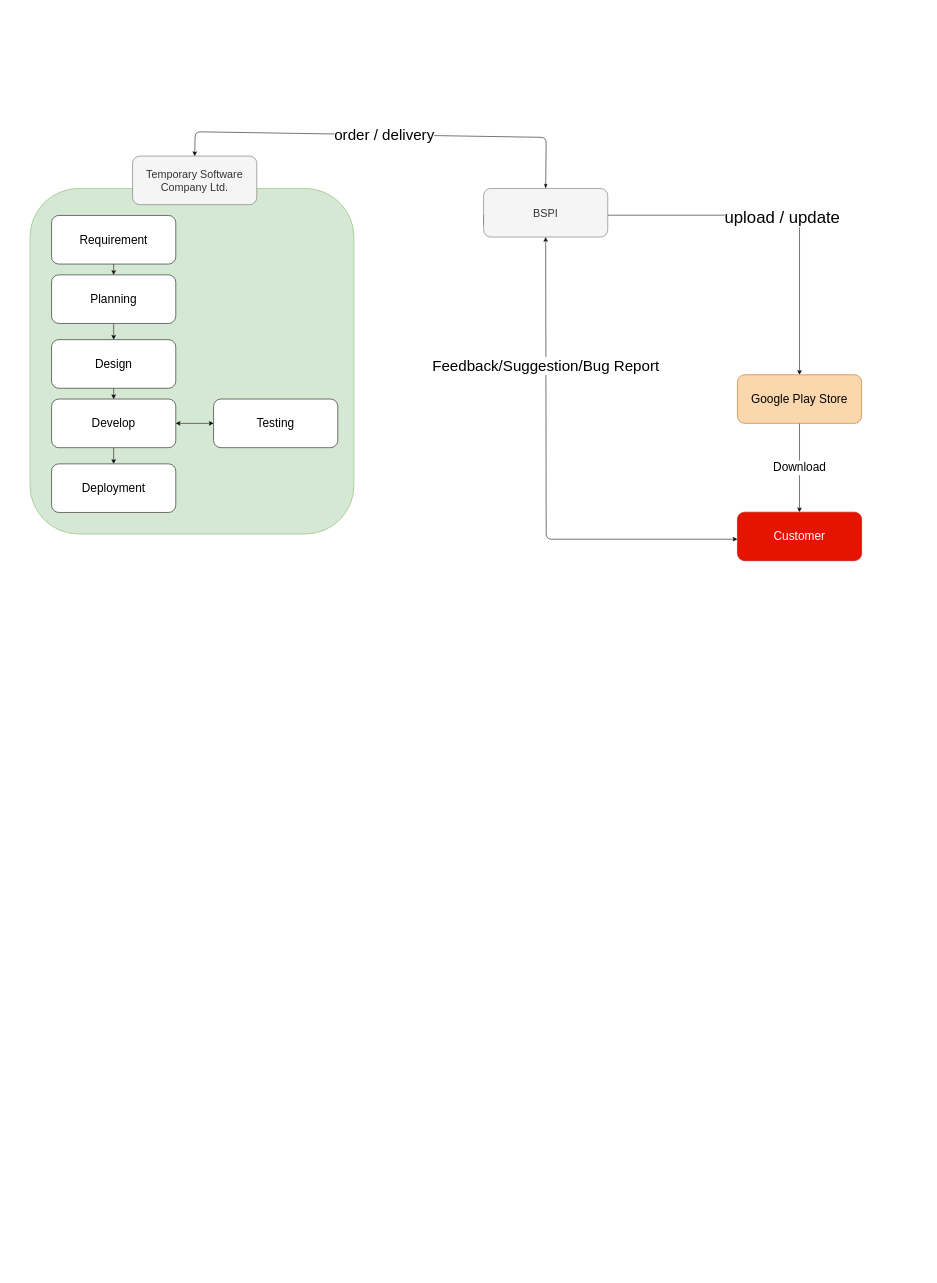
This is BSPI.drawio from jamilxt/android_workshop_bspi, a draw.io file, before an edit. Source tidied: cells renumbered, new cells numbered last; positions are measured from the earlier drawing's top-left corner, leaving out a move shared by most shapes. Both pictures are drawn from the tidied source at 54%, with x=0, y=0 at pixel (30, 132).
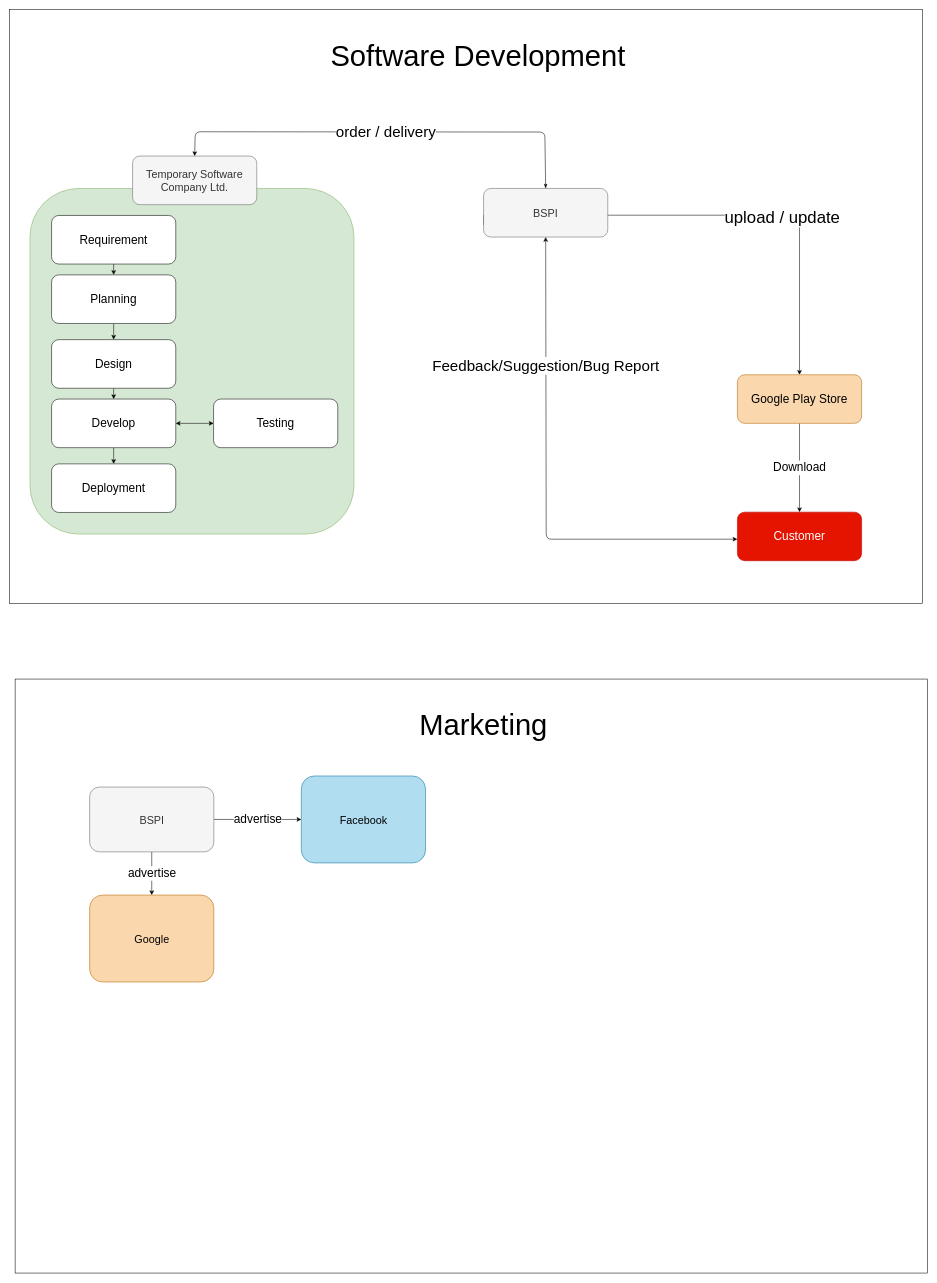
After the change.

Unchanged cells that the change refers to:
```xml
<mxCell id="4" value="Temporary Software Company Ltd." style="rounded=1;whiteSpace=wrap;html=1;fontSize=20;fillColor=#f5f5f5;strokeColor=#666666;fontColor=#333333;" parent="1" vertex="1">
  <mxGeometry x="190" y="44.5" width="230" height="90" as="geometry" />
</mxCell>
<mxCell id="21" value="BSPI" style="rounded=1;whiteSpace=wrap;html=1;fontSize=20;fillColor=#f5f5f5;strokeColor=#666666;fontColor=#333333;" parent="1" vertex="1">
  <mxGeometry x="840" y="104.5" width="230" height="90" as="geometry" />
</mxCell>
```

What changed in the source:
```diff
@@
+    <mxCell id="22" style="rounded=0;whiteSpace=wrap;html=1;fontSize=54;" parent="1" vertex="1">
+      <mxGeometry x="-37.5" y="-227" width="1690" height="1100" as="geometry" />
+    </mxCell>
@@
     <mxCell id="18" value="order / delivery" style="endArrow=classic;html=1;exitX=0.5;exitY=0;exitDx=0;exitDy=0;entryX=0.5;entryY=0;entryDx=0;entryDy=0;fontSize=28;startArrow=classicThin;startFill=1;" parent="1" edge="1" source="21" target="4">
       <mxGeometry relative="1" as="geometry">
         <Array as="points">
-          <mxPoint x="956" y="10" />
-          <mxPoint x="930" y="9.5" />
+          <mxPoint x="953.5" />
           <mxPoint x="306" y="-0.5" />
         </Array>
       </mxGeometry>
     </mxCell>
@@
+    <mxCell id="23" value="Software Development" style="text;html=1;strokeColor=none;fillColor=none;align=center;verticalAlign=middle;whiteSpace=wrap;rounded=0;fontSize=54;fontStyle=0;" parent="1" vertex="1">
+      <mxGeometry x="420" y="-216" width="820" height="150" as="geometry" />
+    </mxCell>
+    <mxCell id="24" style="rounded=0;whiteSpace=wrap;html=1;fontSize=54;" parent="1" vertex="1">
+      <mxGeometry x="-27.5" y="1013" width="1690" height="1100" as="geometry" />
+    </mxCell>
+    <mxCell id="25" value="Marketing" style="text;html=1;strokeColor=none;fillColor=none;align=center;verticalAlign=middle;whiteSpace=wrap;rounded=0;fontSize=54;fontStyle=0;" parent="1" vertex="1">
+      <mxGeometry x="430" y="1024" width="820" height="150" as="geometry" />
+    </mxCell>
+    <mxCell id="26" value="advertise" style="edgeStyle=orthogonalEdgeStyle;rounded=0;jettySize=auto;html=1;startArrow=none;startFill=0;fontSize=22;" parent="1" edge="1" source="28" target="30">
+      <mxGeometry relative="1" as="geometry" />
+    </mxCell>
+    <mxCell id="27" value="advertise" style="edgeStyle=orthogonalEdgeStyle;rounded=0;jettySize=auto;html=1;startArrow=none;startFill=0;fontSize=22;" parent="1" edge="1" source="28" target="29">
+      <mxGeometry relative="1" as="geometry" />
+    </mxCell>
+    <mxCell id="28" value="BSPI" style="rounded=1;whiteSpace=wrap;html=1;fontSize=20;fillColor=#f5f5f5;strokeColor=#666666;fontColor=#333333;" parent="1" vertex="1">
+      <mxGeometry x="110.5" y="1213" width="230" height="120" as="geometry" />
+    </mxCell>
+    <mxCell id="29" value="Facebook" style="rounded=1;whiteSpace=wrap;html=1;fontSize=20;fillColor=#b1ddf0;strokeColor=#10739e;" parent="1" vertex="1">
+      <mxGeometry x="502.5" y="1192.5" width="230" height="161" as="geometry" />
+    </mxCell>
+    <mxCell id="30" value="Google" style="rounded=1;whiteSpace=wrap;html=1;fontSize=20;fillColor=#fad7ac;strokeColor=#b46504;" parent="1" vertex="1">
+      <mxGeometry x="110.5" y="1413" width="230" height="161" as="geometry" />
+    </mxCell>
```
